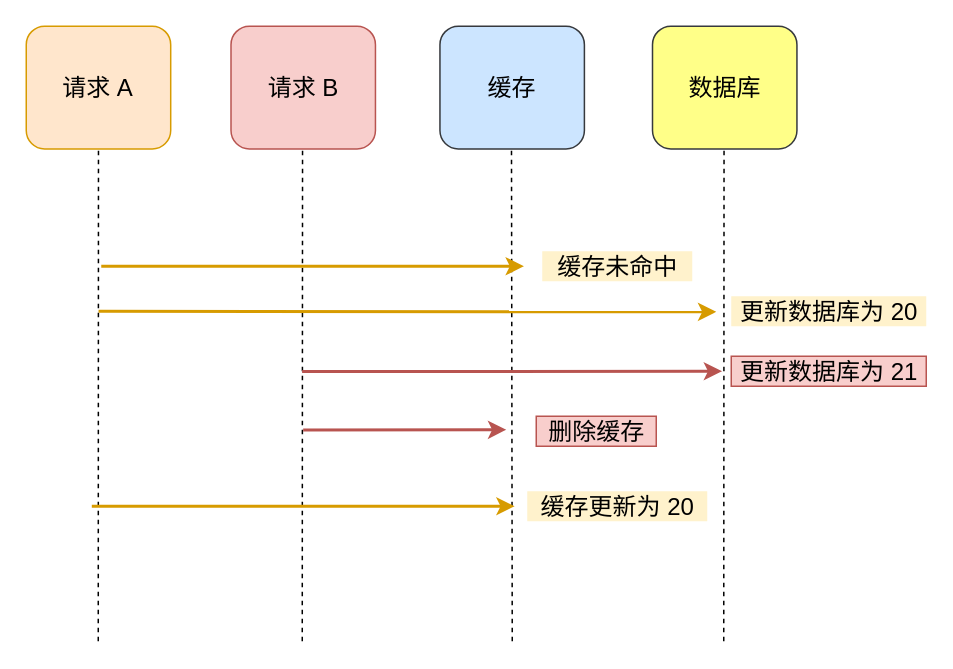
The draw.io diagram redis/缓存/更库删缓.drawio in xiaolincoder/ImageHost4, before the edit. Source tidied: cells renumbered, new cells numbered last; positions are measured from the earlier drawing's top-left corner, leaving out a move shared by most shapes. Both pictures are drawn from the tidied source at 150%, with x=0, y=0 at pixel (26, 26).
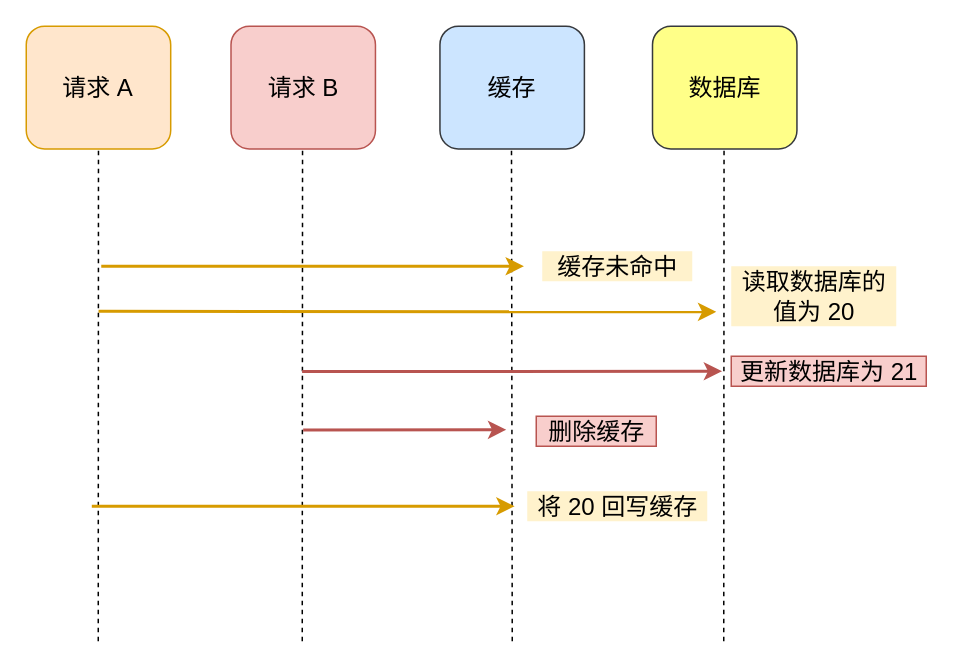
The same diagram, later.

Commit message (it also covers changes not shown here):
更新更库删缓.drawio

What changed in the source:
```diff
@@
-    <mxCell id="13" value="更新数据库为 20" style="text;html=1;align=center;verticalAlign=middle;fillColor=#fff2cc;fontSize=16;strokeWidth=2;" parent="1" vertex="1">
-      <mxGeometry x="470" y="180" width="130" height="20" as="geometry" />
+    <mxCell id="13" value="读取数据库的&lt;br&gt;值为 20" style="text;html=1;align=center;verticalAlign=middle;fillColor=#fff2cc;fontSize=16;strokeWidth=2;" parent="1" vertex="1">
+      <mxGeometry x="470" y="160" width="110" height="40" as="geometry" />
     </mxCell>
@@
-    <mxCell id="19" value="缓存更新为 20" style="text;html=1;align=center;verticalAlign=middle;fillColor=#fff2cc;fontSize=16;" parent="1" vertex="1">
+    <mxCell id="19" value="将 20 回写缓存" style="text;html=1;align=center;verticalAlign=middle;fillColor=#fff2cc;fontSize=16;" parent="1" vertex="1">
       <mxGeometry x="334" y="310" width="120" height="20" as="geometry" />
     </mxCell>
```
